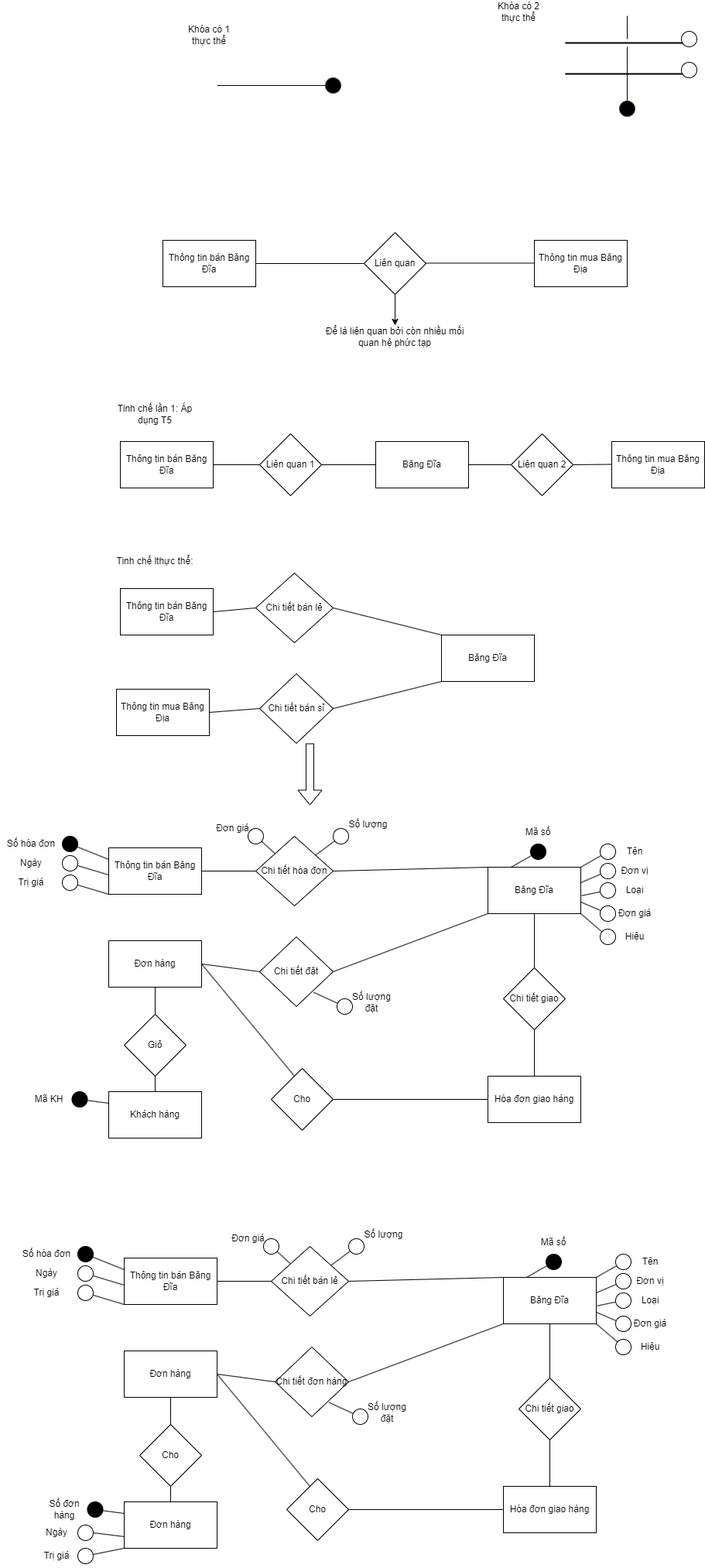
Before: Khóa(Chương 2).png, a diagram exported from draw.io (datnham0212/learning). Source tidied: cells renumbered, new cells last; positions are measured from the earlier drawing's top-left corner, leaving out a move shared by most shapes.
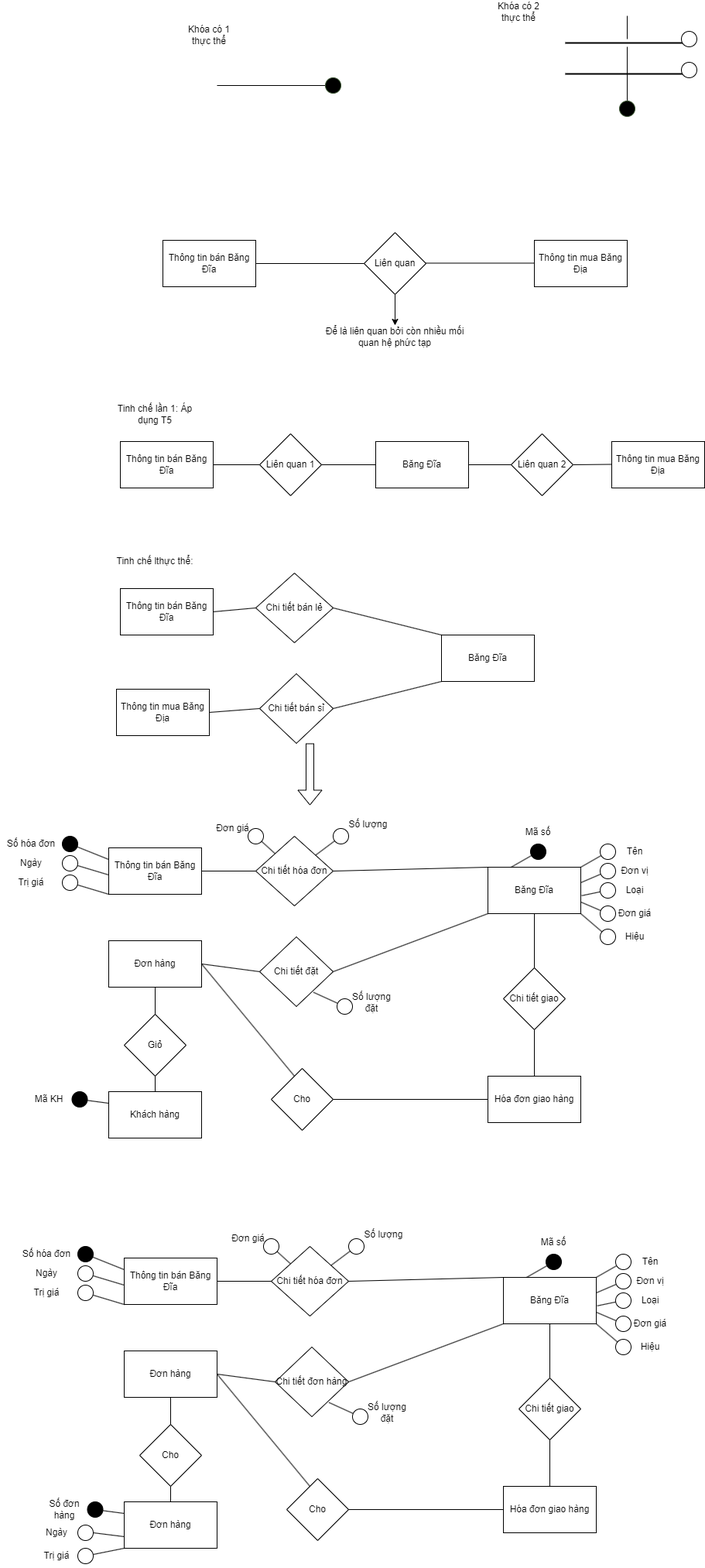
After the change.

Diff of the diagram source:
```diff
@@ -338,7 +338,7 @@
     <mxCell id="100" value="Băng Đĩa" style="rounded=0;whiteSpace=wrap;html=1;" parent="1" vertex="1">
       <mxGeometry x="650" y="1650" width="120" height="60" as="geometry" />
     </mxCell>
-    <mxCell id="101" value="Chi tiết bán lẻ" style="rhombus;whiteSpace=wrap;html=1;" parent="1" vertex="1">
+    <mxCell id="101" value="Chi tiết hóa đơn" style="rhombus;whiteSpace=wrap;html=1;" parent="1" vertex="1">
       <mxGeometry x="350" y="1610" width="100" height="90" as="geometry" />
     </mxCell>
     <mxCell id="102" value="Đơn hàng" style="rounded=0;whiteSpace=wrap;html=1;" parent="1" vertex="1">
```
